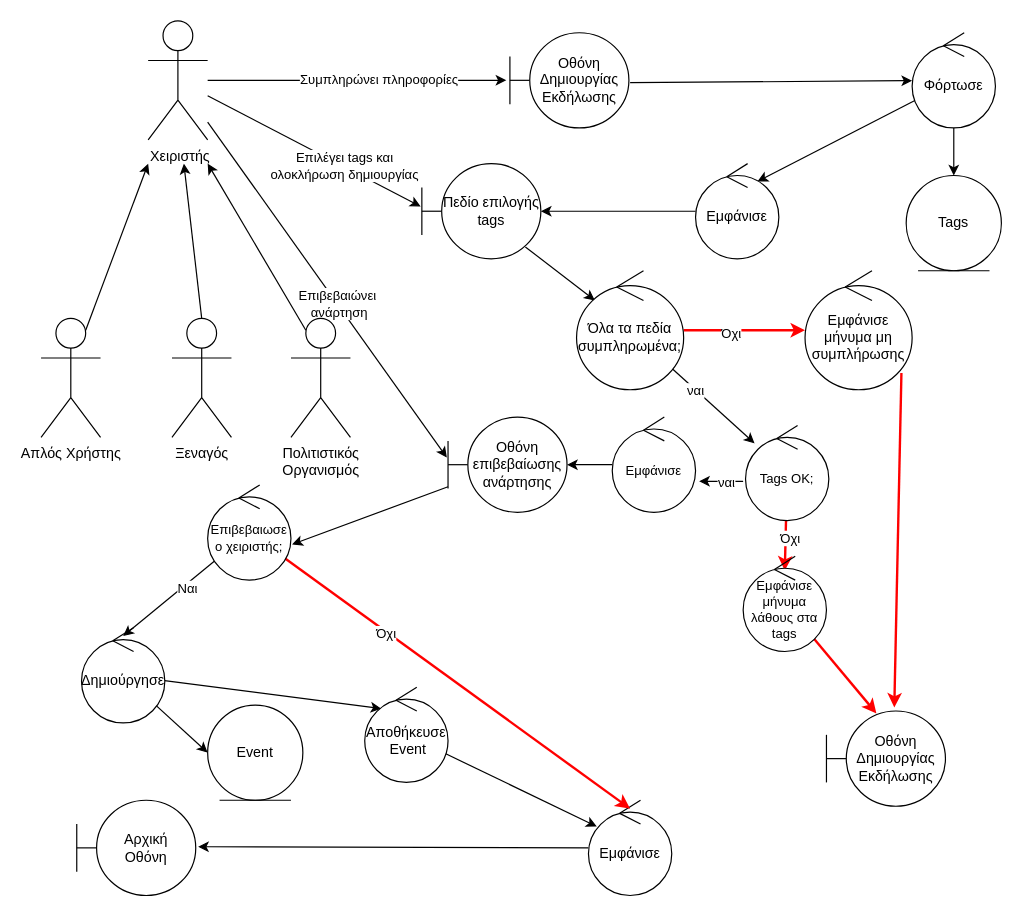
The draw.io diagram Phase-3/Temp files/Diagrams/Post_Event_Robustness.drawio in sfikastheo/CEID-SoftwareEngineering-2023, before the edit. Source tidied: cells renumbered, new cells numbered last; positions are measured from the earlier drawing's top-left corner, leaving out a move shared by most shapes. Both pictures are drawn from the tidied source at 119%, with x=0, y=0 at pixel (40, 20).
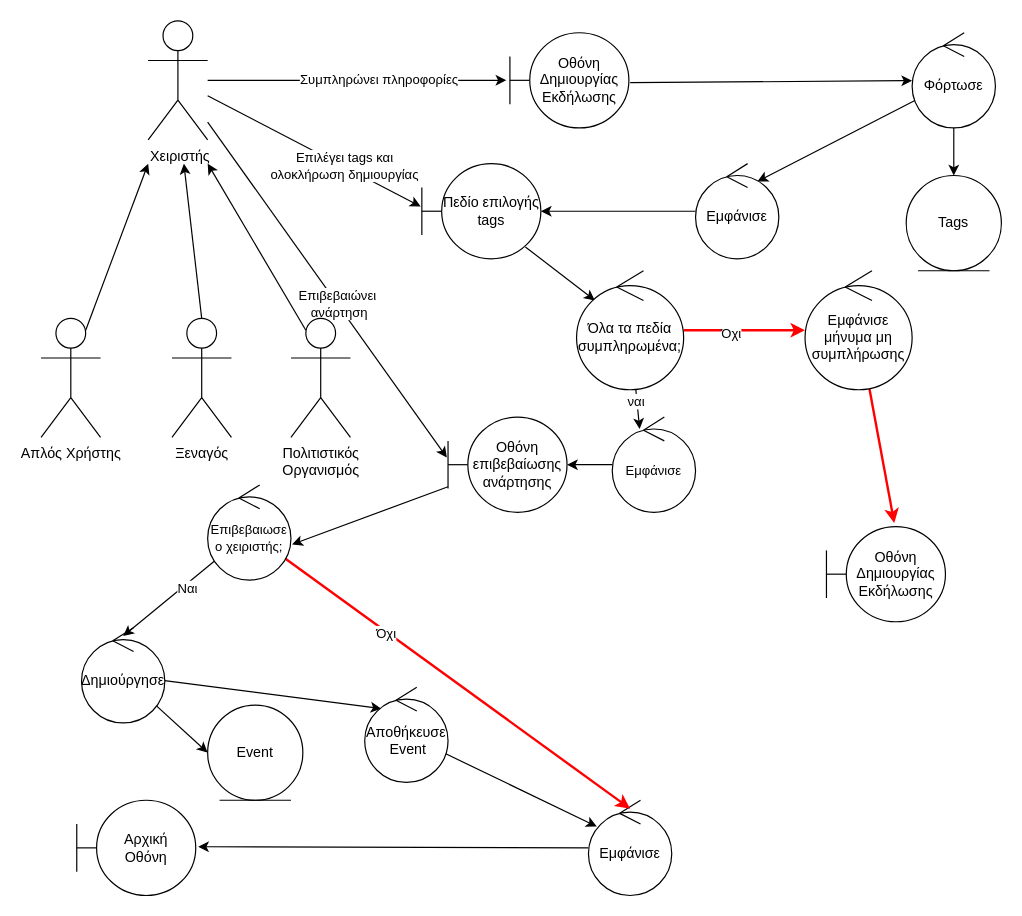
The same page after the edit.

The change refers to these unchanged cells:
```xml
<mxCell id="29" value="Όλα τα πεδία συμπληρωμένα;" style="ellipse;shape=umlControl;whiteSpace=wrap;html=1;" parent="1" vertex="1">
  <mxGeometry x="450" y="210" width="90" height="100" as="geometry" />
</mxCell>
<mxCell id="36" value="Εμφάνισε" style="ellipse;shape=umlControl;whiteSpace=wrap;html=1;fontFamily=Helvetica;fontSize=11;fontColor=default;" parent="1" vertex="1">
  <mxGeometry x="480" y="333" width="70" height="80" as="geometry" />
</mxCell>
<mxCell id="49" value="Εμφάνισε μήνυμα μη συμπλήρωσης" style="ellipse;shape=umlControl;whiteSpace=wrap;html=1;" parent="1" vertex="1">
  <mxGeometry x="642" y="210" width="90" height="100" as="geometry" />
</mxCell>
```

Change to the diagram source:
```diff
@@
-    <mxCell id="25" style="edgeStyle=none;shape=connector;rounded=0;jettySize=auto;html=1;labelBackgroundColor=default;strokeColor=default;fontFamily=Helvetica;fontSize=11;fontColor=default;endArrow=classic;" parent="1" edge="1" source="29" target="34">
+    <mxCell id="25" style="edgeStyle=none;shape=connector;rounded=0;jettySize=auto;html=1;labelBackgroundColor=default;strokeColor=default;fontFamily=Helvetica;fontSize=11;fontColor=default;endArrow=classic;entryX=0.329;entryY=0.125;entryDx=0;entryDy=0;entryPerimeter=0;" parent="1" edge="1" source="29" target="36">
       <mxGeometry relative="1" as="geometry" />
     </mxCell>
@@
-    <mxCell id="30" style="edgeStyle=none;shape=connector;rounded=0;jettySize=auto;html=1;entryX=1.043;entryY=0.675;entryDx=0;entryDy=0;entryPerimeter=0;labelBackgroundColor=default;strokeColor=default;fontFamily=Helvetica;fontSize=11;fontColor=default;endArrow=classic;exitX=-0.029;exitY=0.587;exitDx=0;exitDy=0;exitPerimeter=0;" parent="1" edge="1" source="34" target="36">
-      <mxGeometry relative="1" as="geometry" />
-    </mxCell>
-    <mxCell id="31" value="ναι" style="edgeLabel;html=1;align=center;verticalAlign=middle;fontSize=11;fontFamily=Helvetica;fontColor=default;" parent="30" vertex="1">
-      <mxGeometry x="-0.23" y="1" relative="1" as="geometry" />
-    </mxCell>
-    <mxCell id="32" style="edgeStyle=none;shape=connector;rounded=0;jettySize=auto;html=1;entryX=0.5;entryY=0.15;entryDx=0;entryDy=0;entryPerimeter=0;labelBackgroundColor=default;strokeColor=#FF0000;fontFamily=Helvetica;fontSize=11;fontColor=default;endArrow=classic;strokeWidth=2;" parent="1" edge="1" source="34" target="52">
-      <mxGeometry relative="1" as="geometry" />
+    <mxCell id="32" style="edgeStyle=none;shape=connector;rounded=0;orthogonalLoop=1;jettySize=auto;html=1;entryX=0.5;entryY=0.15;entryDx=0;entryDy=0;entryPerimeter=0;labelBackgroundColor=default;strokeColor=#FF0000;fontFamily=Helvetica;fontSize=11;fontColor=default;endArrow=classic;strokeWidth=2;" parent="1" edge="1">
+      <mxGeometry relative="1" as="geometry">
+        <mxPoint x="626" y="420" as="sourcePoint" />
+      </mxGeometry>
     </mxCell>
@@
-    <mxCell id="34" value="Tags OK;" style="ellipse;shape=umlControl;whiteSpace=wrap;html=1;fontFamily=Helvetica;fontSize=11;fontColor=default;" parent="1" vertex="1">
-      <mxGeometry x="592" y="340" width="70" height="80" as="geometry" />
-    </mxCell>
@@
-    <mxCell id="48" style="edgeStyle=none;shape=connector;rounded=0;jettySize=auto;html=1;labelBackgroundColor=default;strokeColor=#FF0000;fontFamily=Helvetica;fontSize=11;fontColor=default;endArrow=classic;entryX=0.57;entryY=-0.037;entryDx=0;entryDy=0;entryPerimeter=0;exitX=0.9;exitY=0.86;exitDx=0;exitDy=0;exitPerimeter=0;strokeWidth=2;" parent="1" edge="1" source="49" target="50">
+    <mxCell id="48" style="edgeStyle=none;shape=connector;rounded=0;jettySize=auto;html=1;labelBackgroundColor=default;strokeColor=#FF0000;fontFamily=Helvetica;fontSize=11;fontColor=default;endArrow=classic;entryX=0.57;entryY=-0.037;entryDx=0;entryDy=0;entryPerimeter=0;strokeWidth=2;" parent="1" edge="1" source="49" target="50">
       <mxGeometry relative="1" as="geometry" />
     </mxCell>
@@
     <mxCell id="50" value="Οθόνη Δημιουργίας Εκδήλωσης" style="shape=umlBoundary;whiteSpace=wrap;html=1;" parent="1" vertex="1">
-      <mxGeometry x="660" y="580" width="100" height="80" as="geometry" />
+      <mxGeometry x="660" y="425" width="100" height="80" as="geometry" />
     </mxCell>
-    <mxCell id="51" style="edgeStyle=none;shape=connector;rounded=0;jettySize=auto;html=1;entryX=0.42;entryY=0.025;entryDx=0;entryDy=0;entryPerimeter=0;labelBackgroundColor=default;strokeColor=#FF0000;fontFamily=Helvetica;fontSize=11;fontColor=default;endArrow=classic;strokeWidth=2;" parent="1" edge="1" source="52" target="50">
-      <mxGeometry relative="1" as="geometry" />
-    </mxCell>
-    <mxCell id="52" value="Εμφάνισε μήνυμα λάθους στα tags" style="ellipse;shape=umlControl;whiteSpace=wrap;html=1;fontFamily=Helvetica;fontSize=11;fontColor=default;" parent="1" vertex="1">
-      <mxGeometry x="590" y="450" width="70" height="80" as="geometry" />
-    </mxCell>
```
